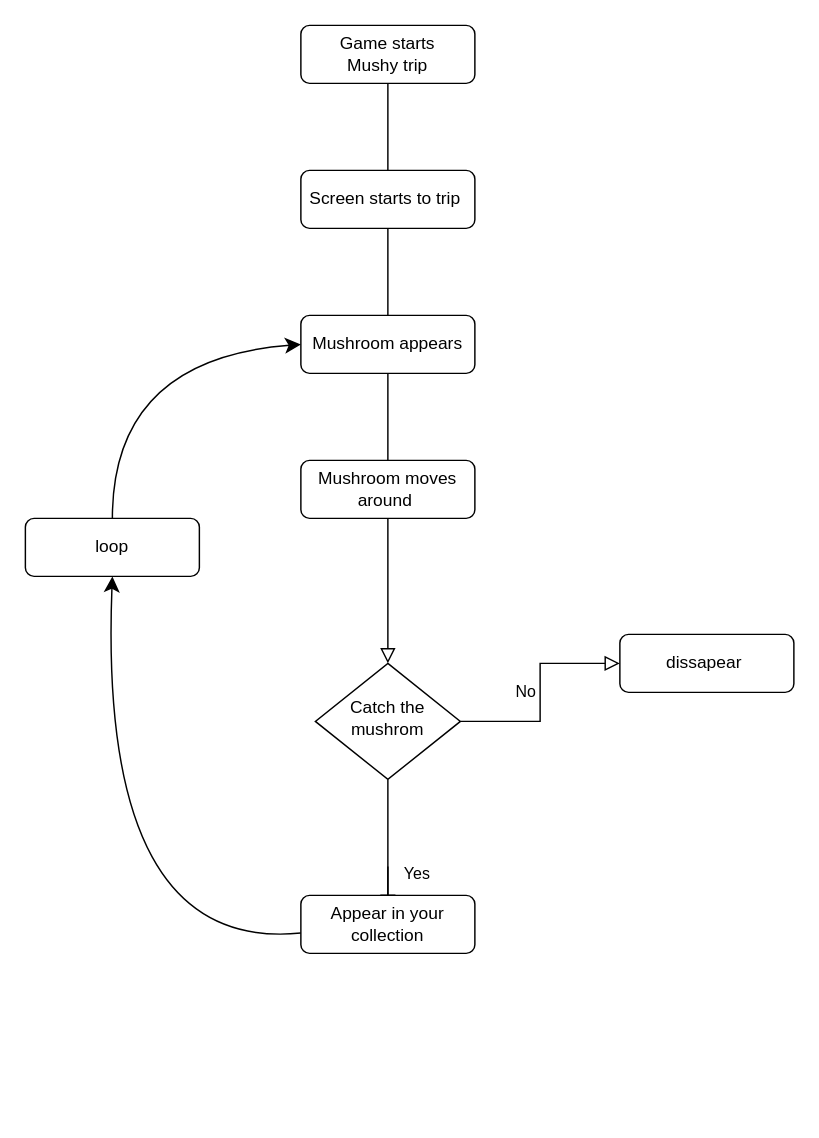
blaricoco/immutableX_Hackaton_Project keeps this draw.io diagram as Game_Mechanics.drawio. Above is the earlier version. Source tidied: cells renumbered, new cells numbered last; positions are measured from the earlier drawing's top-left corner, leaving out a move shared by most shapes. Both pictures are drawn from the tidied source at 145%, with x=0, y=0 at pixel (25, 25).
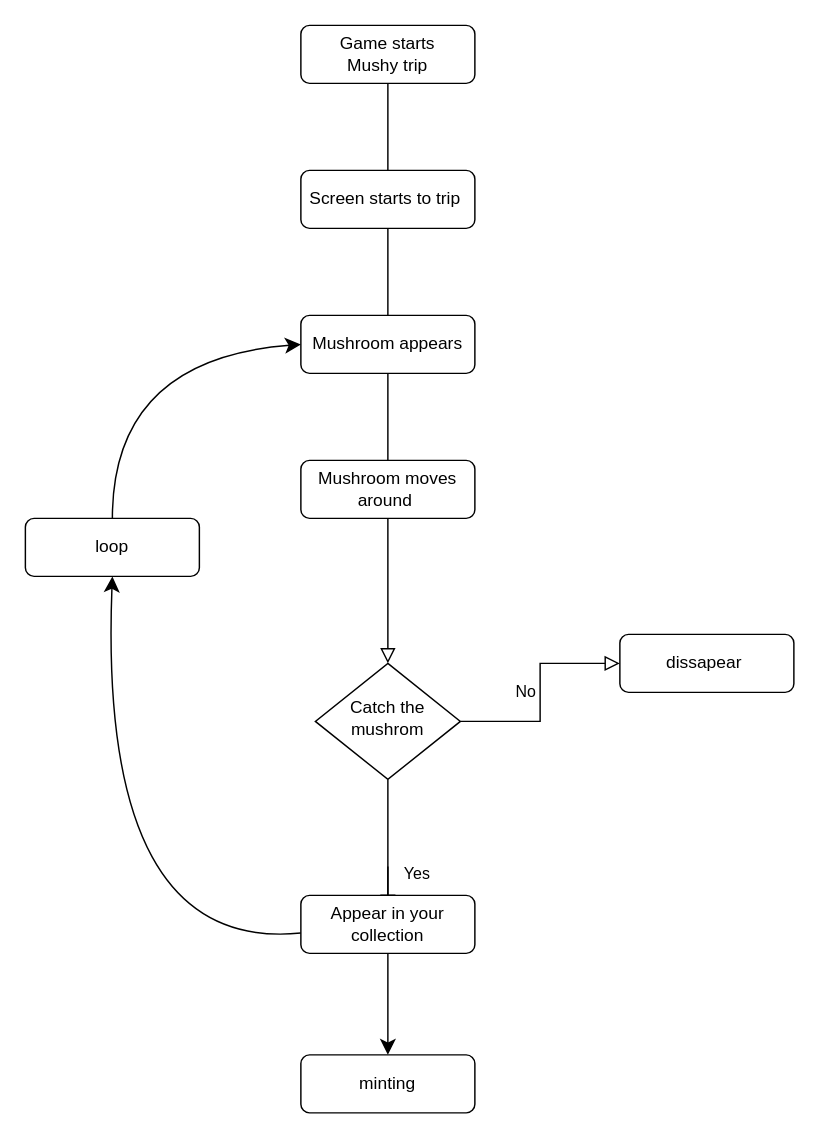
The same diagram, later.

Unchanged cells that the change refers to:
```xml
<mxCell id="13" value="Appear in your collection" style="rounded=1;whiteSpace=wrap;html=1;fontSize=12;glass=0;strokeWidth=1;shadow=0;" parent="1" vertex="1">
  <mxGeometry x="190" y="600" width="120" height="40" as="geometry" />
</mxCell>
```

Diff of the diagram source:
```diff
@@
+    <mxCell id="16" style="edgeStyle=none;curved=1;rounded=0;jettySize=auto;html=1;fontSize=12;startSize=8;endSize=8;" parent="1" edge="1" source="13">
+      <mxGeometry relative="1" as="geometry">
+        <mxPoint x="250" y="710" as="targetPoint" />
+      </mxGeometry>
+    </mxCell>
@@
+    <mxCell id="17" value="minting" style="rounded=1;whiteSpace=wrap;html=1;fontSize=12;glass=0;strokeWidth=1;shadow=0;" parent="1" vertex="1">
+      <mxGeometry x="190" y="710" width="120" height="40" as="geometry" />
+    </mxCell>
```
